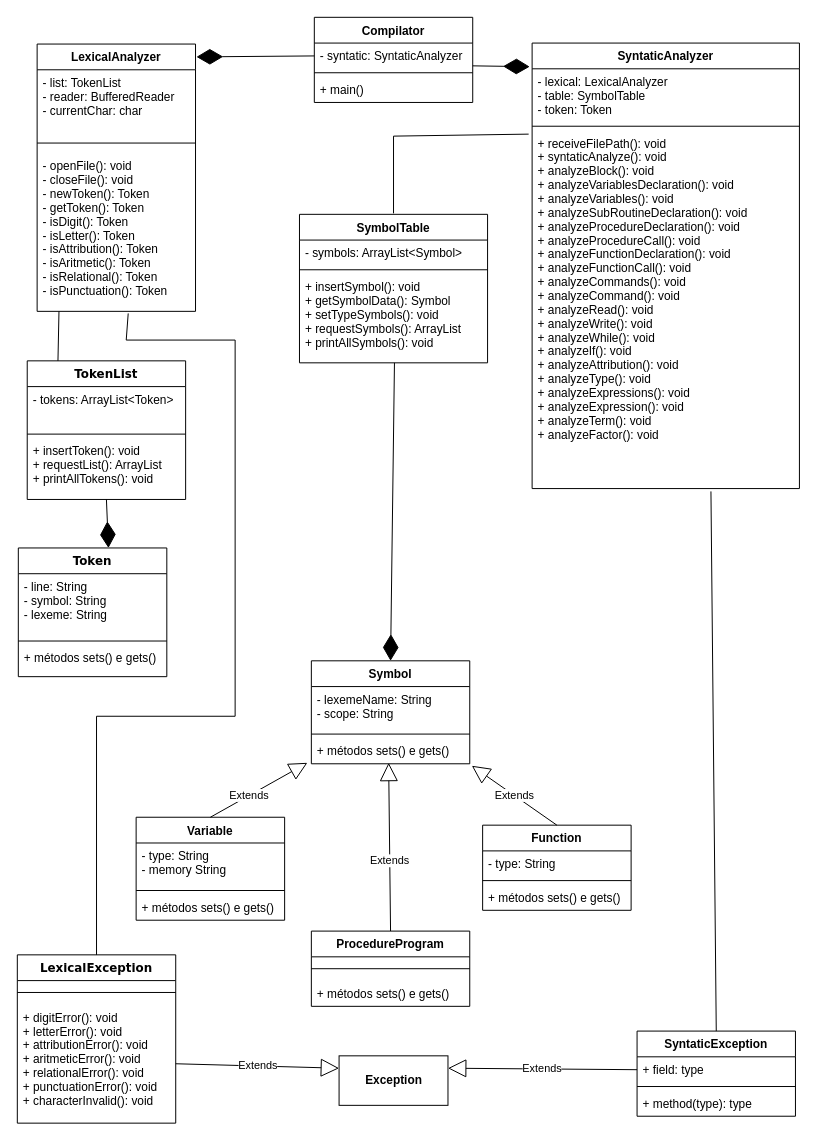
This is diagramas/Compilador.drawio from Nicolas-K/compilator, a draw.io file, before an edit. Source tidied: cells renumbered, new cells numbered last; positions are measured from the earlier drawing's top-left corner, leaving out a move shared by most shapes. Both pictures are drawn from the tidied source at 99%, with x=0, y=0 at pixel (17, 17).
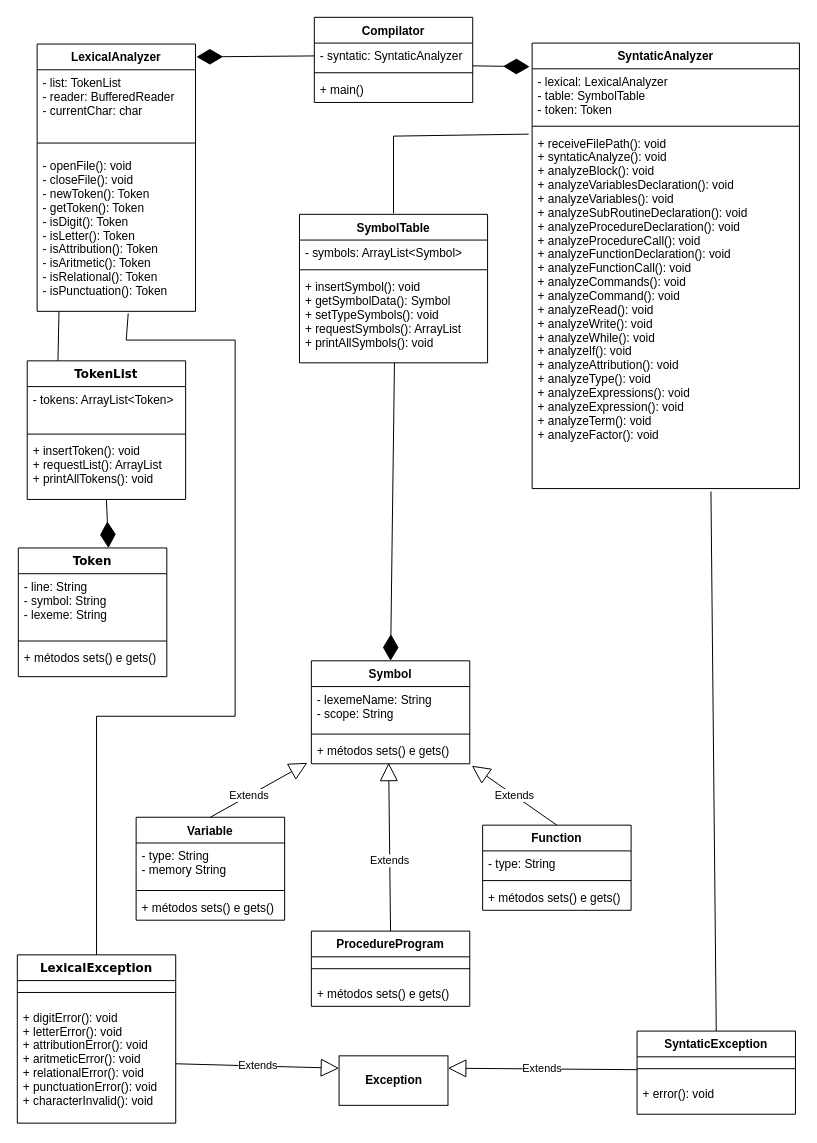
The same diagram, later.

The change refers to these unchanged cells:
```xml
<mxCell id="60" value="&lt;b&gt;Exception&lt;/b&gt;" style="html=1;" parent="1" vertex="1">
  <mxGeometry x="325" y="1049" width="110" height="50" as="geometry" />
</mxCell>
```

Change to the diagram source:
```diff
@@
     <mxCell id="56" value="SyntaticException" style="swimlane;fontStyle=1;align=center;verticalAlign=top;horizontal=1;startSize=26;" parent="1" vertex="1">
-      <mxGeometry x="626" y="1024" width="160" height="86" as="geometry" />
+      <mxGeometry x="626" y="1024" width="160" height="84" as="geometry" />
     </mxCell>
-    <mxCell id="57" value="+ field: type" style="text;strokeColor=none;fillColor=none;align=left;verticalAlign=top;spacingLeft=4;spacingRight=4;overflow=hidden;points=[[0,0.5],[1,0.5]];portConstraint=eastwest;" parent="56" vertex="1">
-      <mxGeometry y="26" width="160" height="26" as="geometry" />
-    </mxCell>
     <mxCell id="58" style="line;strokeWidth=1;fillColor=none;align=left;verticalAlign=middle;spacingTop=-1;spacingLeft=3;spacingRight=3;labelPosition=right;" parent="56" vertex="1">
-      <mxGeometry y="52" width="160" height="8" as="geometry" />
+      <mxGeometry y="26" width="160" height="24" as="geometry" />
     </mxCell>
-    <mxCell id="59" value="+ method(type): type" style="text;strokeColor=none;fillColor=none;align=left;verticalAlign=top;spacingLeft=4;spacingRight=4;overflow=hidden;" parent="56" vertex="1">
-      <mxGeometry y="60" width="160" height="26" as="geometry" />
+    <mxCell id="59" value="+ error(): void" style="text;strokeColor=none;fillColor=none;align=left;verticalAlign=top;spacingLeft=4;spacingRight=4;overflow=hidden;" parent="56" vertex="1">
+      <mxGeometry y="50" width="160" height="34" as="geometry" />
     </mxCell>
@@
-    <mxCell id="62" value="Extends" style="endArrow=block;endSize=16;endFill=0;html=1;entryX=1;entryY=0.25;entryDx=0;entryDy=0;exitX=0;exitY=0.5;exitDx=0;exitDy=0;" parent="1" edge="1" source="57" target="60">
-      <mxGeometry relative="1" as="geometry" />
+    <mxCell id="62" value="Extends" style="endArrow=block;endSize=16;endFill=0;html=1;entryX=1;entryY=0.25;entryDx=0;entryDy=0;exitX=0;exitY=0.5;exitDx=0;exitDy=0;" parent="1" edge="1" target="60">
+      <mxGeometry relative="1" as="geometry">
+        <mxPoint x="626" y="1063" as="sourcePoint" />
+      </mxGeometry>
     </mxCell>
```
